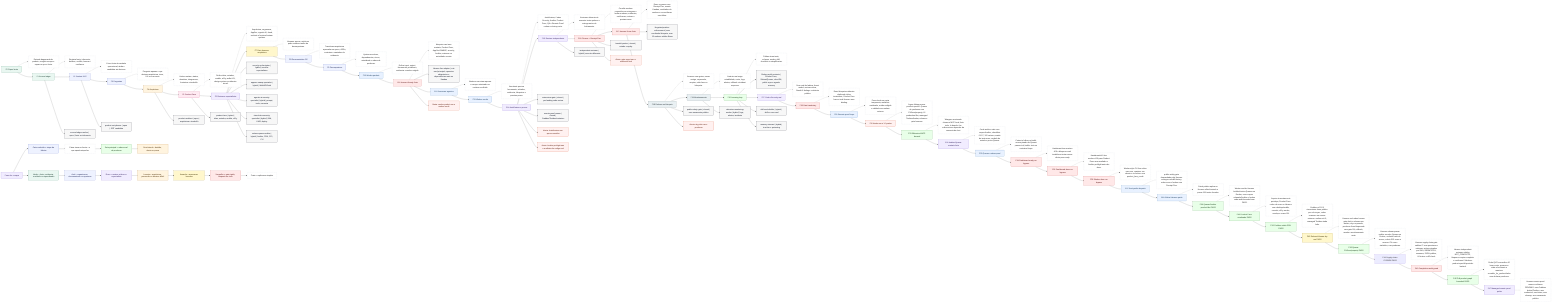
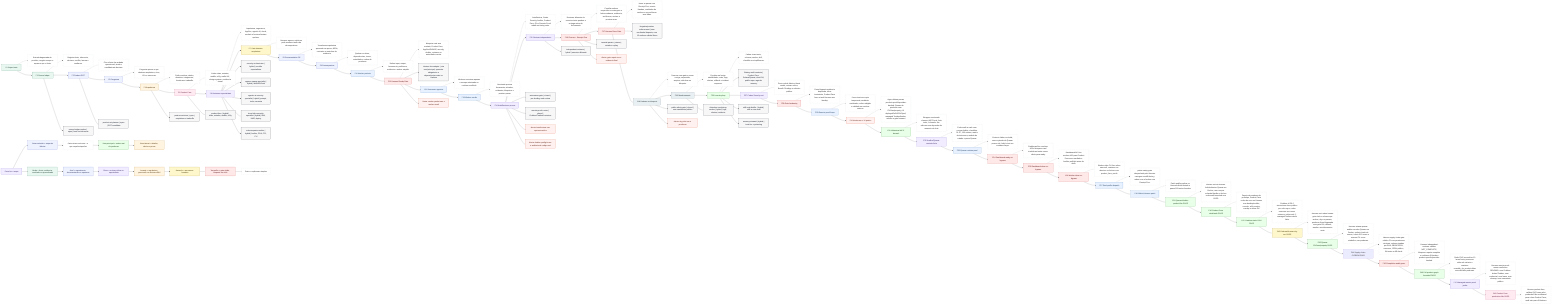
flowchart LR
  F0["F0 Paper bruto"]:::source
  F0D["Entrada baguncada do produto; congela escopo e separa o que e fonte."]:::desc
  F0 -.-> F0D
  F0 --> F1

  F1["F1 Source ledger"]:::source
  F1D["Registra fonte, inferencia, decisao, conflito, lacuna e confianca."]:::desc
  F1 -.-> F1D
  F1 --> F2

  F2["F2 Product SOT"]:::planning
  F2D["Cria a fonte da verdade operacional; ainda e candidata ate decisao."]:::desc
  F2 -.-> F2D
  F2 --> F3

  F3["F3 Perguntas"]:::planning
  F3D["Pergunta apenas o que destrava arquitetura, risco, UX ou execucao."]:::desc
  F3 -.-> F3D
  F3 --> F4

  F4["F4 Arquitetura"]:::architecture
  F4D["Define runtime, dados, dominios, integracoes, fronteiras e tradeoffs."]:::desc
  F4 -.-> F4D
  F4 --> F5

  F5["F5 Product Face"]:::face
  F5D["Define telas, estados, mobile, a11y, wallet UX, design system e evidencia visual."]:::desc
  F5 -.-> F5D
  F5 --> F6

  F6["F6 Revisoes especialistas"]:::review
  F6D["Arquitetura, seguranca, AppSec, agentic AI, cloud, onchain e frontend tentam quebrar."]:::desc
  F6 -.-> F6D
  F6 --> F7

  F7["F7 Gate humano arquitetura"]:::human
  F7D["Humano aprova, rejeita ou pede mudanca antes da decomposicao."]:::desc
  F7 -.-> F7D
  F7 --> F8

  F8["F8 Documentation OS"]:::planning
  F8D["Transforma arquitetura aprovada em specs, ADRs, contratos e caminhos de evidencia."]:::desc
  F8 -.-> F8D
  F8 --> F9

  F9["F9 Decomposicao"]:::planning
  F9D["Quebra em slices, dependencias, riscos, autoridade e ordem de producao."]:::desc
  F9 -.-> F9D
  F9 --> F10

  F10["F10 Worker packets"]:::execution
  F10D["Define input, output, ferramenta, proibicoes, evidencia e worker exigido."]:::desc
  F10 -.-> F10D
  F10 --> F11

  F11["F11 Hermes Ready Gate"]:::gate
  F11D["Bloqueia card sem contrato, Product Face, AppSec/OWASP, security, Auditor, reviewer ou autoridade correta."]:::desc
  F11 -.-> F11D
  F11 --> H1["Hermes live adapter | cria card principal, operarios obrigatorios e dependencias reais no Kanban"]:::worker
  F11 --> F12

  F12["F12 Execucao agentica"]:::execution
  F12D["Workers executam apenas o escopo autorizado no runtime escolhido."]:::desc
  F12 -.-> F12D
  F12 --> F13

  F13["F13 Worker results"]:::execution
  F13D["Resultado precisa ferramenta, achados, evidencia, bloqueios e proximo passo."]:::desc
  F13 -.-> F13D
  F13 --> F14

  F14["F14 AutoReview e provas"]:::review
  F14D["AutoReview, Codex Security, Auditor, Product Face, QA e Remote Proof rodam no timing certo."]:::desc
  F14 -.-> F14D
  F14 --> F15

  F15["F15 Revisao independente"]:::review
  F15D["Reviewer diferente do executor tenta quebrar a entrega antes do fechamento."]:::desc
  F15 -.-> F15D
  F15 --> F16

  F16["F16 Closure + Receipt Five"]:::gate
  F16D["Concilia workers requeridos vs entregues e fecha mudanca, evidencia, verificacao, revisao e proxima acao."]:::desc
  F16 -.-> F16D
  F16 --> F17

  F17["F17 Hermes Done Gate"]:::gate
  F17D["Done so passa com Receipt Five, evento Kanban, resultados de workers e reconciliacao sem faltas."]:::desc
  F17 -.-> F17D
  F17 --> H2["Negative/positive enforcement | sem resultados bloqueia; com 12 workers validos libera"]:::worker
  F17 --> F18

  F18["F18 Release ou bloqueio"]:::release
  F18D["Promove com gates; senao corrige, supersede, arquiva, volta fase ou bloqueia."]:::desc
  F18 -.-> F18D
  F18 --> F19

  F19["F19 Monitoramento"]:::release
  F19D["Produto real exige estabilidade, custo, logs, alertas, rollback e incident response."]:::desc
  F19 -.-> F19D
  F19 --> F20

  F20["F20 Learning loop"]:::learning
  F20D["Falhas viram teste, schema, worker, skill, checklist ou simplificacao."]:::desc
  F20 -.-> F20D
  F20 --> H3["Battery multi-contexto | Product Face, Solana/Quasar, cloud R4, public repo e agentic memory"]:::worker
  F20 --> F27

  F27["F27 Codex Security real"]:::review
  F27D["Scan real da fabrica: threat model, revisao critica, Bandit 0 findings e relatorio publico."]:::desc
  F27 -.-> F27D
  F27 --> F28

  F28["F28 Gate hardening"]:::gate
  F28D["Done bloqueia evidencia duplicada, inline inexistente, Product Face fraco e task Hermes sem binding."]:::desc
  F28 -.-> F28D
  F28 --> F29

  F29["F29 Remote proof limpo"]:::execution
  F29D["Prova local em copia temporaria, ambiente sanitizado, recibo redigido e validado em runtime externo."]:::desc
  F29 -.-> F29D
  F29 --> F30

  F30["F30 Ainda nao e 10 pratico"]:::alert
-   F30D["Agora faltam provas product-specific: Quasar de producao com CU/fuzz/property, UI production-like, managed Testbox/broker, release e gate humano."]:::desc
+   F30D["Agora faltam provas product-specific/provider-backed: Quasar de producao com CU/fuzz/property, UI deployed/full WCAG/perf, managed Testbox/broker, release e gate humano."]:::desc
  F30 -.-> F30D
  F30 --> F31

  F31["F31 Whimsical MCP duravel"]:::learning
  F31D["Wrapper versionado chama o MCP local, lista tools, le board e faz edicoes sem depender da memoria do chat."]:::desc
  F31 -.-> F31D
  F31 --> F32

  F32["F32 Auditor/Quasar contrato forte"]:::review
  F32D["Code audit so vale com corpus Auditor, checklists 01-07, 100 vetores, matriz de instrucoes, modelo de estado e prova Quasar."]:::desc
  F32 -.-> F32D
  F32 --> F33

  F33["F33 Quasar runtime proof"]:::execution
  F33D["Crates.io falhou no build; source pinado do Quasar passou init, build e test em container limpo."]:::desc
  F33 -.-> F33D
  F33 --> F34

  F34["F34 Dashboard ready no-bypass"]:::gate
  F34D["Dashboard live recebeu 409 e bloqueou card invalida ao tentar mover direto para ready."]:::desc
  F34 -.-> F34D
  F34 --> F35

  F35["F35 Dashboard done no-bypass"]:::gate
  F35D["Dashboard/API live recebeu 409 para Product Face sem resultado e Auditor preflight antes de done."]:::desc
  F35 -.-> F35D
  F35 --> F36

  F36["F36 Worker done no-bypass"]:::gate
  F36D["Worker-style CLI live voltou nao-zero, manteve run aberta e so fechou com product_face_result."]:::desc
  F36 -.-> F36D
  F36 --> F37

  F37["F37 Real profile dispatch"]:::execution
  F37D["public-safety-gate despachado pelo Hermes carregou overkill-factory, rodou scan e fechou com Receipt Five."]:::desc
  F37 -.-> F37D
  F37 --> F38

  F38["F38 Official Hermes patch"]:::execution
  F38D["Patch publico aplica no Hermes oficial testado e passa 119 testes focados."]:::desc
  F38 -.-> F38D
  F38 --> F39

  F39["F39 Quasar/Auditor product-like PASS"]:::learning
  F39D["Worker real do Hermes buildou/testou Quasar em Docker, usou corpus solanabr/Auditor e fechou code-audit bounded com PASS."]:::desc
  F39 -.-> F39D
  F39 --> F40

  F40["F40 Product Face atualizado PASS"]:::learning
  F40D["Depois da mudanca do prototipo, Product Face rodou de novo no Hermes com desktop/mobile, console, a11y smoke, overlap e scans OK."]:::desc
  F40 -.-> F40D
  F40 --> F41

  F41["F41 Crabbox static-SSH PASS"]:::learning
  F41D["Crabbox v0.26.0 sincronizou clone publico por ssh+rsync, rodou scanners em runner externo e voltou exit 0; managed Testbox ainda falta."]:::desc
  F41 -.-> F41D
  F41 --> F42

  F42["F42 Release/Human dry-run PASS"]:::human
  F42D["Hermes real rodou human-gate-clerk e release-ops-worker; dry-run passou, producao ficou bloqueada sem gate R4, rollback, smoke e monitoramento reais."]:::desc
  F42 -.-> F42D
  F42 --> F43

  F43["F43 Quasar CU/fuzz/property PASS"]:::learning
  F43D["Hermes solana-quasar-auditor rerodou Quasar em Docker, conferiu hash do source, cobriu 513 casos e marcou CU como simbolico, nao producao."]:::desc
  F43 -.-> F43D
  F43 --> F44

  F44["F44 Supply-chain CI/SBOM PASS"]:::security
  F44D["Hermes supply-chain-gate validou CI com permissoes minimas, actions pinadas por SHA, SBOM SPDX, scanners, JSON publico, 64 testes e diff check."]:::desc
  F44 -.-> F44D
  F44 --> F45

  F45["F45 Completion audit guard"]:::gate
-   F45D["Hermes independent-reviewer validou NOT_COMPLETE, bloqueou require-complete e confirmou 6 blockers product-specific/provider-backed."]:::desc
+   F45D["Hermes independent-reviewer validou NOT_COMPLETE, bloqueou require-complete e confirmou 5 blockers product-specific/provider-backed."]:::desc
  F45 -.-> F45D
  F45 --> F46

  F46["F46 Full product graph bounded PASS"]:::learning
  F46D["Grafo QVG reconciliou 10 lanes reais, preservou stale refs visiveis e manteve reusable_for_product=false sem declarar producao."]:::desc
  F46 -.-> F46D
  F46 --> F47

  F47["F47 Managed remote proof probe"]:::review
  F47D["Hermes remote-proof-runner confirmou PENDING: sem Crabbox broker/Testbox, sem credencial, sem lease, sem cleanup; sem vazamento publico."]:::desc
  F47 -.-> F47D
+   F47 --> F48
+ 
+   F48["F48 Product Face production-like PASS"]:::face
+   F48D["Hermes product-face validou QVG como alvo production-like reutilizavel para a lane Product Face; audit caiu para 5 blockers."]:::desc
+   F48 -.-> F48D

  F1 --> W1["source-ledger-worker | open | fonte vs inferencia"]:::worker
  F2 --> W2["product-sot-planner | open | SOT candidata"]:::worker
  F4 --> W3["product-architect | open | arquitetura e tradeoffs"]:::worker
  F5 --> W4["product-face | hybrid | telas, estados, mobile, a11y"]:::worker
  F6 --> W5["security-orchestrator | hybrid | escolhe especialistas"]:::worker
  F6 --> W6["appsec-owasp-specialist | hybrid | Web/API/Auth"]:::worker
  F6 --> W7["agentic-ai-security-specialist | hybrid | prompt, tools, memoria"]:::worker
  F6 --> W8["cloud-infra-security-specialist | hybrid | IAM, KMS, deploy"]:::worker
  F6 --> W9["solana-quasar-auditor | hybrid | Auditor, PDA, CPI, CU"]:::worker
  F14 --> W10["autoreview-gate | closed | pre-landing code review"]:::worker
  F14 --> W11["remote-proof-runner | closed | Crabbox/Testbox/container"]:::worker
  F15 --> W12["independent-reviewer | hybrid | executor diferente"]:::worker
  F16 --> W13["handoff-packer | closed | estado e replay"]:::worker
  F18 --> W14["public-safety-gate | closed | sem vazamento publico"]:::worker
  F19 --> W15["detection-monitoring-worker | hybrid | logs, alertas, incidente"]:::worker
  F20 --> W16["skill-eval-distiller | hybrid | skill so com eval"]:::worker
  F20 --> W17["memory-steward | hybrid | trust tier e poisoning"]:::worker

  F11 --> A1["Alerta: worker packet nao e worker result"]:::alert
  F16 --> A2["Alerta: gate report nao e evidencia final"]:::alert
  F14 --> A3["Alerta: AutoReview nao aprova sozinho"]:::alert
  F14 --> A4["Alerta: Auditor preflight nao e auditoria de codigo real"]:::alert
  F18 --> A5["Alerta: dry pilot nao e producao"]:::alert

  LEGEND0["Como ler o mapa"]:::review
  LEGEND1["Caixa colorida = etapa da fabrica"]:::planning
  LEGEND2["Caixa cinza na frente = o que aquela etapa faz"]:::desc
  LEGEND3["Seta principal = ordem real de producao"]:::learning
  LEGEND4["Seta lateral = detalhe, alerta ou prova"]:::architecture
  LEGEND5["Verde = fonte, evidencia, resultado ou aprendizado"]:::source
  LEGEND6["Azul = organizacao, documentacao ou operacao"]:::planning
  LEGEND7["Roxo = revisao critica ou especialista"]:::review
  LEGEND8["Laranja = arquitetura, promocao ou decisao dificil"]:::architecture
  LEGEND9["Amarelo = aprovacao humana"]:::human
  LEGEND10["Vermelho = gate rigido, bloqueio ou risco"]:::gate
  LEGEND11["Prata = explicacao simples"]:::desc

  LEGEND0 --> LEGEND1 --> LEGEND2 --> LEGEND3 --> LEGEND4
  LEGEND0 --> LEGEND5 --> LEGEND6 --> LEGEND7 --> LEGEND8 --> LEGEND9 --> LEGEND10 --> LEGEND11

  classDef source fill:#e9f7f1,stroke:#217a54,color:#12372a;
  classDef planning fill:#eef2ff,stroke:#4f63c6,color:#1c2455;
  classDef architecture fill:#fff4df,stroke:#b36b00,color:#4a2d00;
  classDef face fill:#ffeaf2,stroke:#c23b72,color:#5f1735;
  classDef review fill:#f1ecff,stroke:#7656c9,color:#33215f;
  classDef human fill:#fff7cc,stroke:#9b7a00,color:#3d3000;
  classDef execution fill:#e8f1ff,stroke:#2e6db5,color:#173858;
  classDef gate fill:#ffe8e8,stroke:#bf3434,color:#5a1111;
  classDef release fill:#e9f0f3,stroke:#51626b,color:#202b30;
  classDef learning fill:#e8ffe8,stroke:#3b8b3b,color:#173d17;
  classDef desc fill:#ffffff,stroke:#aab3bd,color:#222222,stroke-dasharray: 3 3;
  classDef worker fill:#f7f7f7,stroke:#111827,color:#111827;
  classDef alert fill:#fff1f0,stroke:#d4380d,color:#5c1a08;
